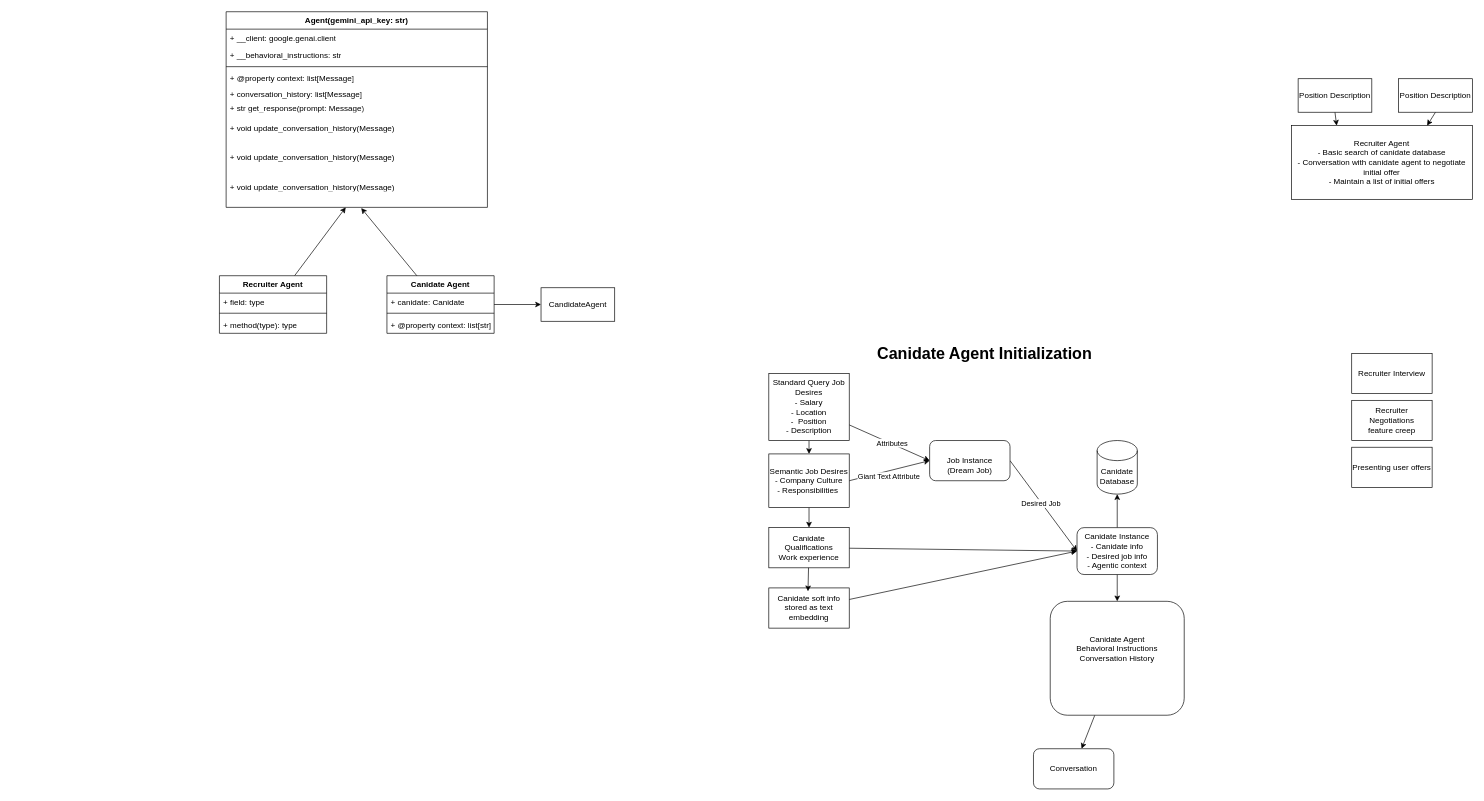
Before: docs/OUTLINE.drawio in WilliamRamsey/IAInfoLLM, a draw.io diagram. Source tidied: cells renumbered, new cells numbered last; positions are measured from the earlier drawing's top-left corner, leaving out a move shared by most shapes. Both pictures are drawn from the tidied source at 67%, with x=0, y=0 at pixel (219, 11).
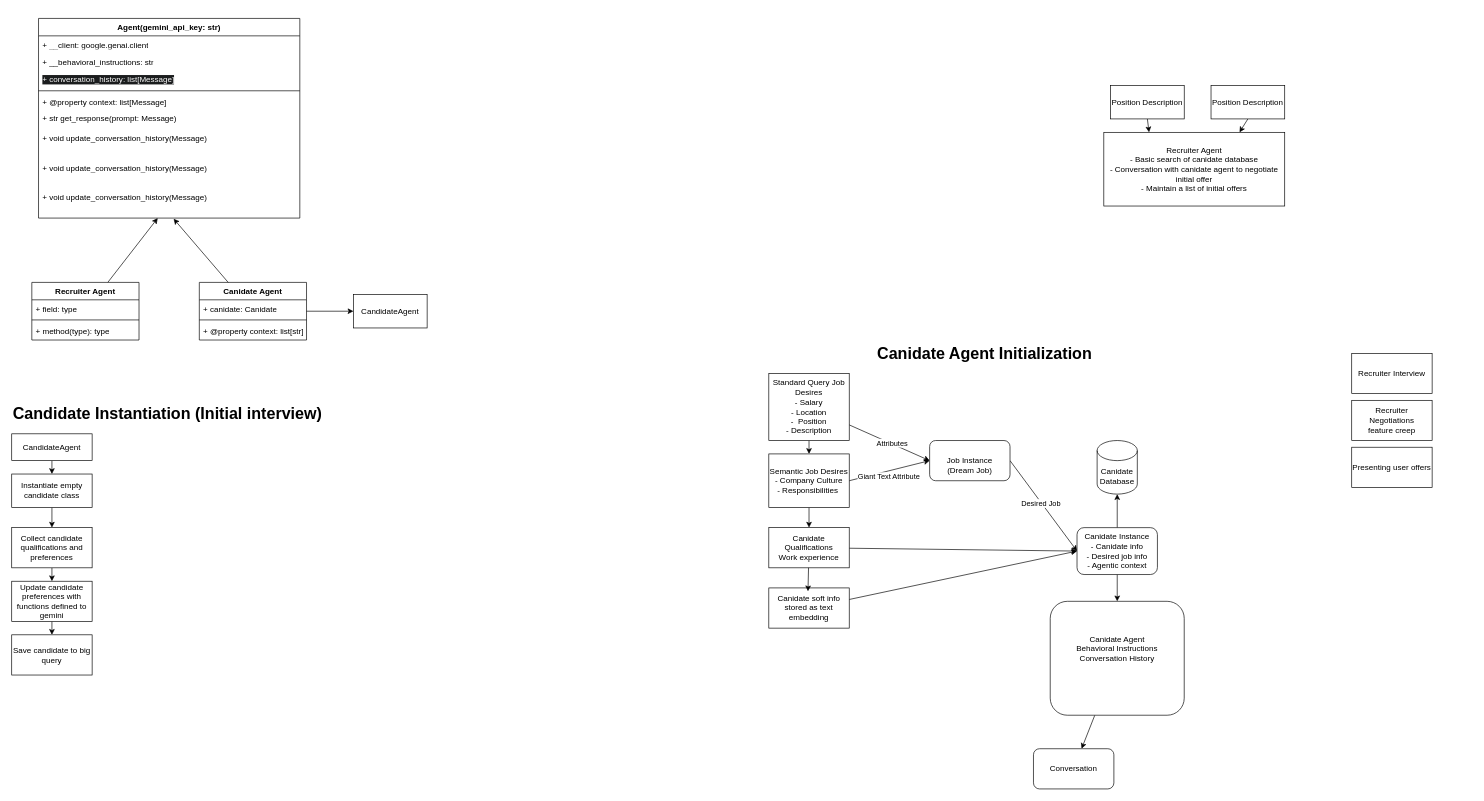
Above is the later version.

Commit message (it also covers changes not shown here):
Broken Gemini candidate setter function calls

Diff of the diagram source:
```diff
@@
     <mxCell id="2" value="Recruiter Agent&lt;div&gt;- Basic search of canidate database&lt;/div&gt;&lt;div&gt;- Conversation with canidate agent to negotiate initial offer&lt;/div&gt;&lt;div&gt;- Maintain a list of initial offers&lt;/div&gt;" style="whiteSpace=wrap;html=1;" parent="1" vertex="1">
-      <mxGeometry x="1600" y="170" width="270" height="110" as="geometry" />
+      <mxGeometry x="1320" y="180" width="270" height="110" as="geometry" />
     </mxCell>
@@
     <mxCell id="5" value="Position Description" style="whiteSpace=wrap;html=1;" parent="1" vertex="1">
-      <mxGeometry x="1760" y="100" width="110" height="50" as="geometry" />
+      <mxGeometry x="1480" y="110" width="110" height="50" as="geometry" />
     </mxCell>
     <mxCell id="6" value="Position Description" style="whiteSpace=wrap;html=1;" parent="1" vertex="1">
-      <mxGeometry x="1610" y="100" width="110" height="50" as="geometry" />
+      <mxGeometry x="1330" y="110" width="110" height="50" as="geometry" />
     </mxCell>
@@
     <mxCell id="34" value="Agent(gemini_api_key: str)" style="swimlane;fontStyle=1;align=center;verticalAlign=top;horizontal=1;startSize=26;whiteSpace=wrap;html=1;" parent="1" vertex="1">
-      <mxGeometry x="10" width="390" height="292" as="geometry" />
+      <mxGeometry x="-270" y="10" width="390" height="298" as="geometry" />
     </mxCell>
@@
+    <mxCell id="39" value="&lt;span style=&quot;color: rgb(255, 255, 255); font-family: Helvetica; font-size: 12px; font-style: normal; font-variant-ligatures: normal; font-variant-caps: normal; font-weight: 400; letter-spacing: normal; orphans: 2; text-align: left; text-indent: 0px; text-transform: none; widows: 2; word-spacing: 0px; -webkit-text-stroke-width: 0px; white-space: normal; background-color: rgb(27, 29, 30); text-decoration-thickness: initial; text-decoration-style: initial; text-decoration-color: initial; float: none; display: inline !important;&quot;&gt;+ conversation_history: list[Message]&lt;/span&gt;&lt;div&gt;&lt;br/&gt;&lt;/div&gt;" style="text;strokeColor=none;fillColor=none;align=left;verticalAlign=top;spacingLeft=4;spacingRight=4;overflow=hidden;whiteSpace=wrap;html=1;" parent="34" vertex="1">
+      <mxGeometry y="78" width="390" height="26" as="geometry" />
+    </mxCell>
     <mxCell id="37" style="line;strokeWidth=1;fillColor=none;align=left;verticalAlign=middle;spacingTop=-1;spacingLeft=3;spacingRight=3;labelPosition=right;strokeColor=inherit;" parent="34" vertex="1">
-      <mxGeometry y="78" width="390" height="8" as="geometry" />
+      <mxGeometry y="104" width="390" height="8" as="geometry" />
     </mxCell>
     <mxCell id="38" value="+ @property context: list[Message]" style="text;strokeColor=none;fillColor=none;align=left;verticalAlign=top;spacingLeft=4;spacingRight=4;overflow=hidden;whiteSpace=wrap;html=1;" parent="34" vertex="1">
-      <mxGeometry y="86" width="390" height="24" as="geometry" />
+      <mxGeometry y="112" width="390" height="24" as="geometry" />
     </mxCell>
-    <mxCell id="39" value="+ conversation_history: list[Message]" style="text;strokeColor=none;fillColor=none;align=left;verticalAlign=top;spacingLeft=4;spacingRight=4;overflow=hidden;whiteSpace=wrap;html=1;" parent="34" vertex="1">
-      <mxGeometry y="110" width="390" height="20" as="geometry" />
-    </mxCell>
     <mxCell id="40" value="+ str get_response(prompt: Message)" style="text;strokeColor=none;fillColor=none;align=left;verticalAlign=top;spacingLeft=4;spacingRight=4;overflow=hidden;whiteSpace=wrap;html=1;" parent="34" vertex="1">
-      <mxGeometry y="130" width="390" height="30" as="geometry" />
+      <mxGeometry y="136" width="390" height="30" as="geometry" />
     </mxCell>
     <mxCell id="41" value="+ void update_conversation_history(Message)" style="text;strokeColor=none;fillColor=none;align=left;verticalAlign=top;spacingLeft=4;spacingRight=4;overflow=hidden;whiteSpace=wrap;html=1;" parent="34" vertex="1">
-      <mxGeometry y="160" width="390" height="44" as="geometry" />
+      <mxGeometry y="166" width="390" height="44" as="geometry" />
     </mxCell>
     <mxCell id="42" value="+ void update_conversation_history(Message)" style="text;strokeColor=none;fillColor=none;align=left;verticalAlign=top;spacingLeft=4;spacingRight=4;overflow=hidden;whiteSpace=wrap;html=1;" parent="34" vertex="1">
-      <mxGeometry y="204" width="390" height="44" as="geometry" />
+      <mxGeometry y="210" width="390" height="44" as="geometry" />
     </mxCell>
     <mxCell id="43" value="+ void update_conversation_history(Message)" style="text;strokeColor=none;fillColor=none;align=left;verticalAlign=top;spacingLeft=4;spacingRight=4;overflow=hidden;points=[[0,0.5],[1,0.5]];portConstraint=eastwest;whiteSpace=wrap;html=1;" parent="34" vertex="1">
-      <mxGeometry y="248" width="390" height="44" as="geometry" />
+      <mxGeometry y="254" width="390" height="44" as="geometry" />
     </mxCell>
@@
     <mxCell id="45" value="Recruiter Agent&lt;div&gt;&lt;br&gt;&lt;/div&gt;" style="swimlane;fontStyle=1;align=center;verticalAlign=top;horizontal=1;startSize=26;whiteSpace=wrap;html=1;" parent="1" vertex="1">
-      <mxGeometry y="394" width="160" height="86" as="geometry" />
+      <mxGeometry x="-280" y="404" width="160" height="86" as="geometry" />
     </mxCell>
@@
     <mxCell id="50" value="Canidate Agent" style="swimlane;fontStyle=1;align=center;verticalAlign=top;horizontal=1;startSize=26;whiteSpace=wrap;html=1;" parent="1" vertex="1">
-      <mxGeometry x="250" y="394" width="160" height="86" as="geometry" />
+      <mxGeometry x="-30" y="404" width="160" height="86" as="geometry" />
     </mxCell>
@@
     <mxCell id="55" value="CandidateAgent" style="html=1;whiteSpace=wrap;" parent="1" vertex="1">
-      <mxGeometry x="480" y="412" width="110" height="50" as="geometry" />
+      <mxGeometry x="200" y="422" width="110" height="50" as="geometry" />
     </mxCell>
+    <mxCell id="56" value="&lt;h1 style=&quot;margin-top: 0px;&quot;&gt;Candidate Instantiation (Initial interview)&lt;/h1&gt;" style="text;html=1;whiteSpace=wrap;overflow=hidden;rounded=0;" parent="1" vertex="1">
+      <mxGeometry x="-310" y="580" width="490" height="40" as="geometry" />
+    </mxCell>
+    <mxCell id="57" style="edgeStyle=none;html=1;exitX=0.5;exitY=1;exitDx=0;exitDy=0;" parent="1" edge="1" source="58" target="62">
+      <mxGeometry relative="1" as="geometry" />
+    </mxCell>
+    <mxCell id="58" value="CandidateAgent" style="whiteSpace=wrap;html=1;" parent="1" vertex="1">
+      <mxGeometry x="-310" y="630" width="120" height="40" as="geometry" />
+    </mxCell>
+    <mxCell id="59" style="edgeStyle=none;html=1;" parent="1" edge="1" source="60" target="64">
+      <mxGeometry relative="1" as="geometry" />
+    </mxCell>
+    <mxCell id="60" value="Collect candidate qualifications and preferences" style="whiteSpace=wrap;html=1;" parent="1" vertex="1">
+      <mxGeometry x="-310" y="770" width="120" height="60" as="geometry" />
+    </mxCell>
+    <mxCell id="61" style="edgeStyle=none;html=1;exitX=0.5;exitY=1;exitDx=0;exitDy=0;entryX=0.5;entryY=0;entryDx=0;entryDy=0;" parent="1" edge="1" source="62" target="60">
+      <mxGeometry relative="1" as="geometry" />
+    </mxCell>
+    <mxCell id="62" value="Instantiate empty candidate class" style="rounded=0;whiteSpace=wrap;html=1;" parent="1" vertex="1">
+      <mxGeometry x="-310" y="690" width="120" height="50" as="geometry" />
+    </mxCell>
+    <mxCell id="63" style="edgeStyle=none;html=1;" parent="1" edge="1" source="64" target="65">
+      <mxGeometry relative="1" as="geometry" />
+    </mxCell>
+    <mxCell id="64" value="Update candidate preferences with functions defined to gemini" style="whiteSpace=wrap;html=1;" parent="1" vertex="1">
+      <mxGeometry x="-310" y="850" width="120" height="60" as="geometry" />
+    </mxCell>
+    <mxCell id="65" value="Save candidate to big query" style="whiteSpace=wrap;html=1;" parent="1" vertex="1">
+      <mxGeometry x="-310" y="930" width="120" height="60" as="geometry" />
+    </mxCell>
```
